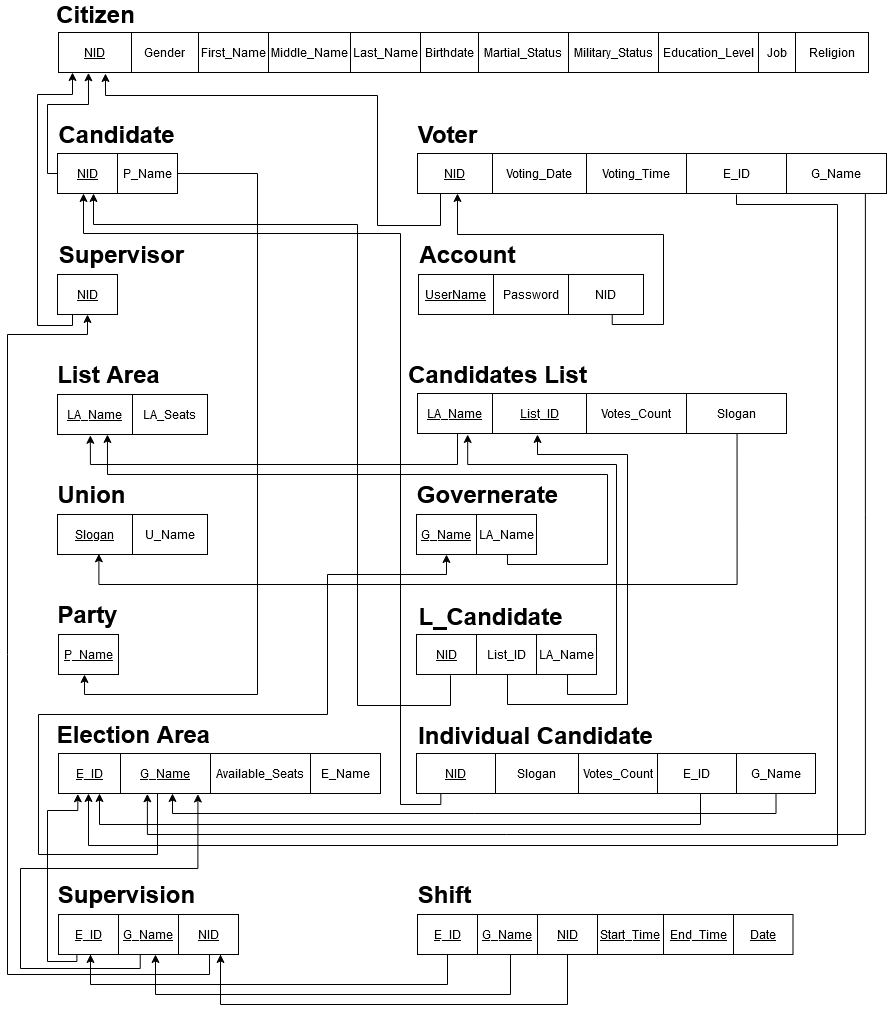
ziad-khobeiz/e-voting-system keeps this draw.io diagram as schema.png. Above is the earlier version. Source tidied: cells renumbered, new cells last; positions are measured from the earlier drawing's top-left corner, leaving out a move shared by most shapes.
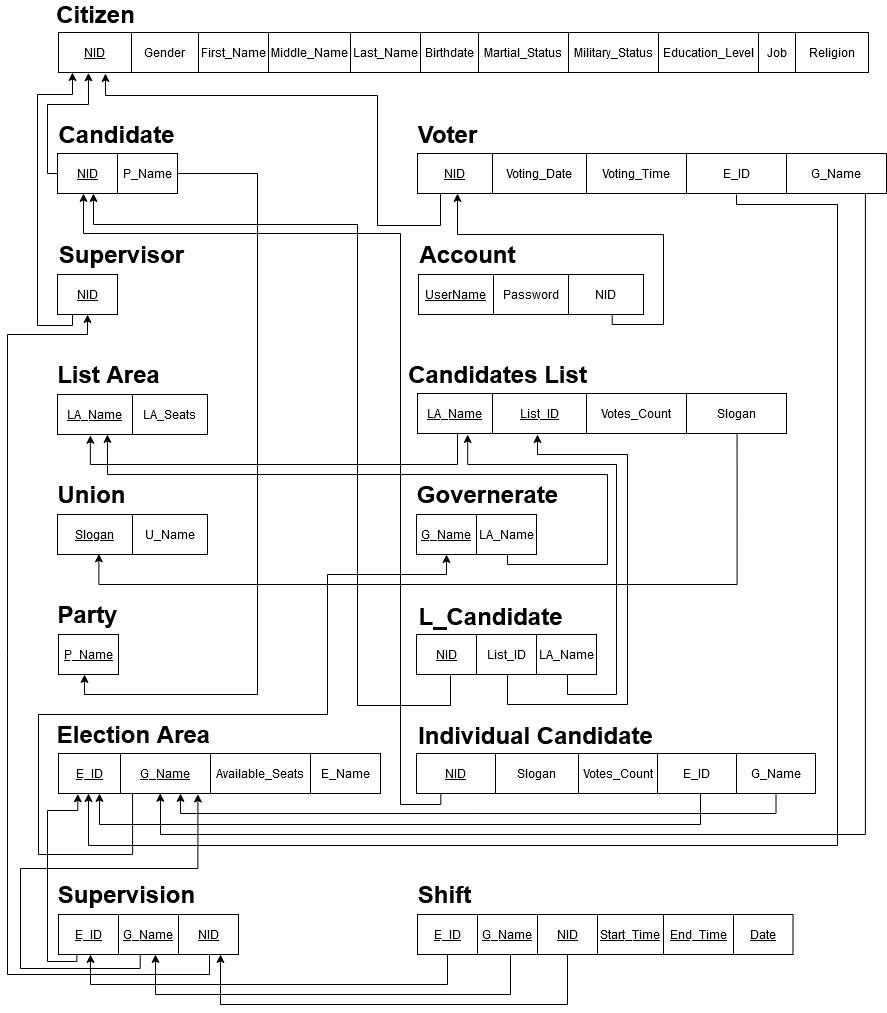
After the commit.

Diff of the diagram source:
```diff
@@ -337,8 +337,8 @@
     <mxCell id="94" style="edgeStyle=orthogonalEdgeStyle;rounded=0;jettySize=auto;html=1;exitX=0.901;exitY=0.99;exitDx=0;exitDy=0;exitPerimeter=0;" parent="1" edge="1" source="83" target="42">
       <mxGeometry relative="1" as="geometry">
         <Array as="points">
-          <mxPoint x="769" y="809" />
-          <mxPoint x="165" y="809" />
+          <mxPoint x="768" y="809" />
+          <mxPoint x="173" y="809" />
         </Array>
       </mxGeometry>
     </mxCell>
@@ -352,11 +352,12 @@
         </Array>
       </mxGeometry>
     </mxCell>
-    <mxCell id="96" style="edgeStyle=orthogonalEdgeStyle;rounded=0;jettySize=auto;html=1;exitX=0.955;exitY=1.008;exitDx=0;exitDy=0;exitPerimeter=0;entryX=0.276;entryY=1.008;entryDx=0;entryDy=0;entryPerimeter=0;" parent="1" edge="1" source="55" target="42">
+    <mxCell id="96" style="edgeStyle=orthogonalEdgeStyle;rounded=0;jettySize=auto;html=1;exitX=0.955;exitY=1.008;exitDx=0;exitDy=0;exitPerimeter=0;entryX=0.316;entryY=0.994;entryDx=0;entryDy=0;entryPerimeter=0;" parent="1" edge="1" source="55" target="42">
       <mxGeometry relative="1" as="geometry">
         <Array as="points">
           <mxPoint x="858" y="830" />
-          <mxPoint x="140" y="830" />
+          <mxPoint x="153" y="830" />
+          <mxPoint x="153" y="789" />
         </Array>
       </mxGeometry>
     </mxCell>
@@ -371,10 +372,10 @@
         </Array>
       </mxGeometry>
     </mxCell>
-    <mxCell id="98" style="edgeStyle=orthogonalEdgeStyle;rounded=0;jettySize=auto;html=1;" parent="1" edge="1" source="42" target="23">
+    <mxCell id="98" style="edgeStyle=orthogonalEdgeStyle;rounded=0;jettySize=auto;html=1;exitX=0.23;exitY=0.994;exitDx=0;exitDy=0;exitPerimeter=0;" parent="1" edge="1" source="42" target="23">
       <mxGeometry relative="1" as="geometry">
         <Array as="points">
-          <mxPoint x="150" y="850" />
+          <mxPoint x="125" y="850" />
           <mxPoint x="31" y="850" />
           <mxPoint x="31" y="710" />
           <mxPoint x="320" y="710" />
```
